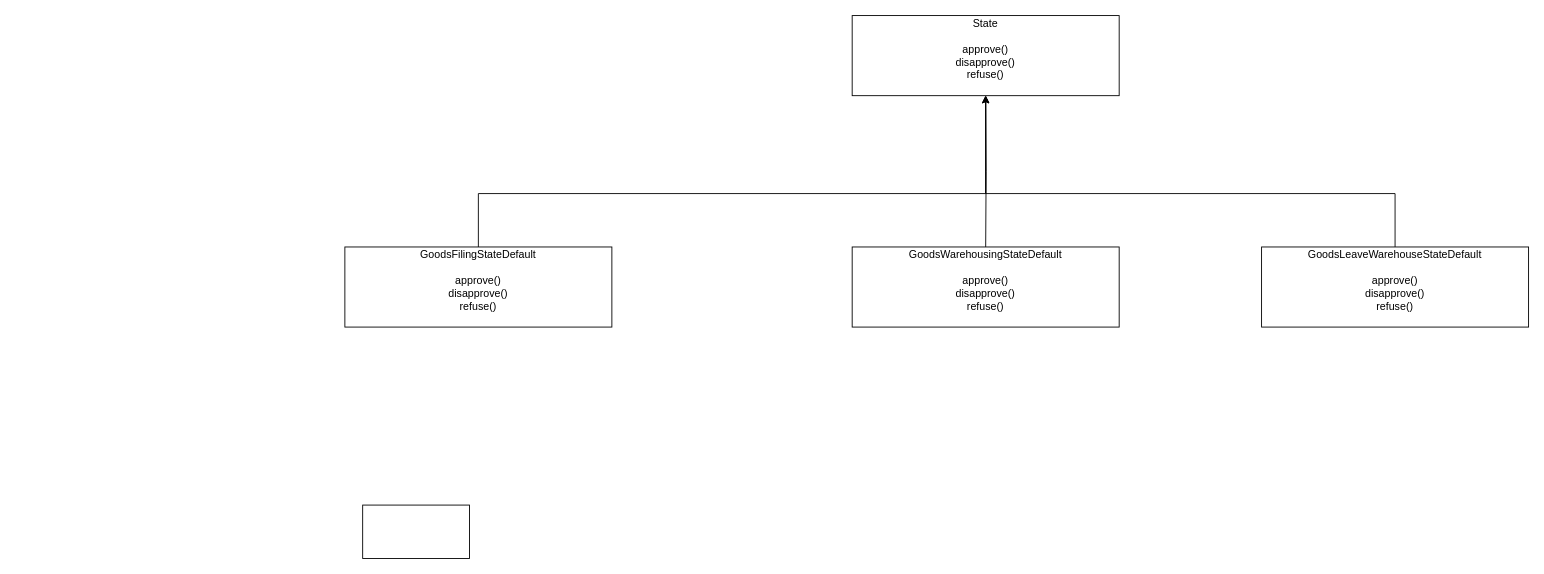
The draw.io diagram Untitled Diagram.drawio in cavs-coder/diagrams, before the edit. Source tidied: cells renumbered, new cells numbered last; positions are measured from the earlier drawing's top-left corner, leaving out a move shared by most shapes. Both pictures are drawn from the tidied source at 89%, with x=0, y=0 at pixel (344, 15).
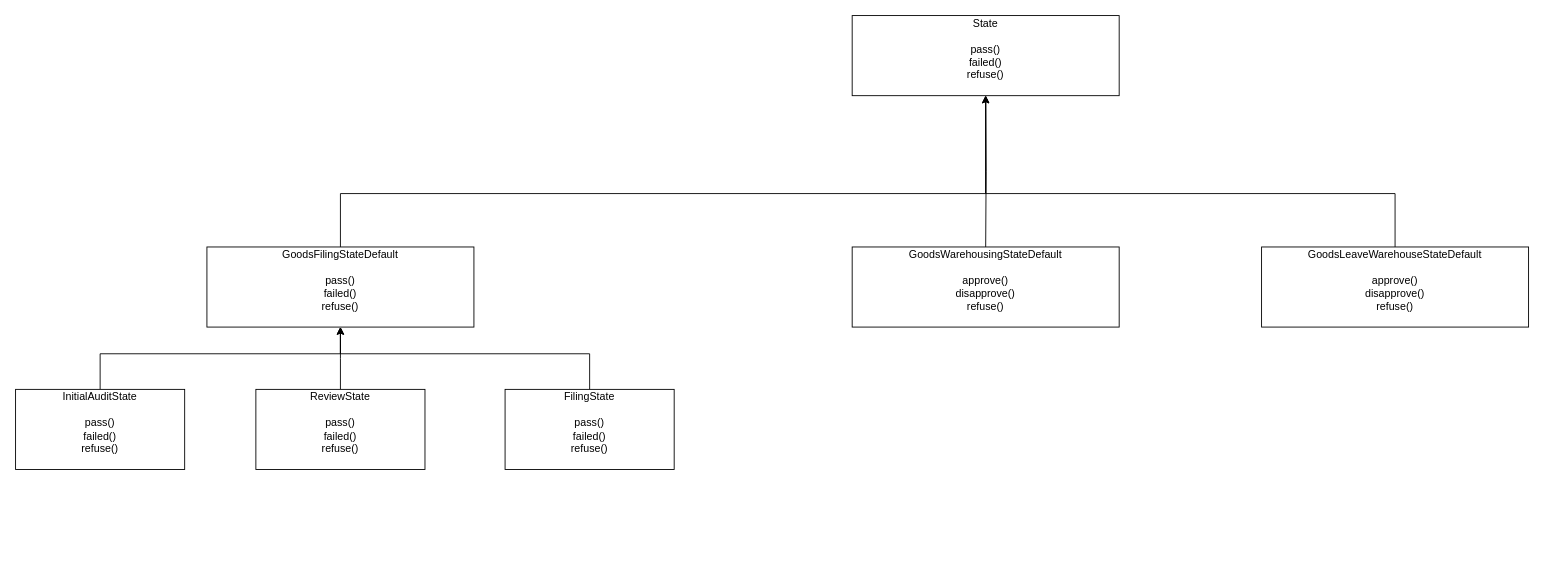
After the change.

Diff of the diagram source:
```diff
@@
-    <mxCell id="2" value="&lt;span style=&quot;background-color: initial;&quot;&gt;State&lt;br&gt;&lt;br&gt;approve()&lt;br&gt;disapprove()&lt;br&gt;refuse()&lt;br&gt;&lt;br&gt;&lt;/span&gt;" style="rounded=0;whiteSpace=wrap;html=1;" parent="1" vertex="1">
+    <mxCell id="2" value="&lt;span style=&quot;background-color: initial;&quot;&gt;State&lt;br&gt;&lt;br&gt;&lt;/span&gt;pass()&lt;br&gt;failed()&lt;br&gt;refuse()&lt;br&gt;&lt;span style=&quot;background-color: initial;&quot;&gt;&lt;br&gt;&lt;/span&gt;" style="rounded=0;whiteSpace=wrap;html=1;" parent="1" vertex="1">
       <mxGeometry x="570" width="300" height="90" as="geometry" />
     </mxCell>
@@
-    <mxCell id="4" style="rounded=0;whiteSpace=wrap;html=1;" parent="1" vertex="1">
-      <mxGeometry x="20" y="550" width="120" height="60" as="geometry" />
-    </mxCell>
-    <mxCell id="5" style="edgeStyle=orthogonalEdgeStyle;rounded=0;jettySize=auto;html=1;entryX=0.5;entryY=1;entryDx=0;entryDy=0;" parent="1" edge="1" source="6" target="2">
+    <mxCell id="5" style="edgeStyle=orthogonalEdgeStyle;rounded=0;jettySize=auto;html=1;" parent="1" edge="1" source="6" target="2">
       <mxGeometry relative="1" as="geometry">
         <Array as="points">
-          <mxPoint x="150" y="200" />
+          <mxPoint x="-5" y="200" />
           <mxPoint x="720" y="200" />
         </Array>
       </mxGeometry>
     </mxCell>
-    <mxCell id="6" value="GoodsFilingStateDefault&lt;span style=&quot;background-color: initial;&quot;&gt;&lt;br&gt;&lt;br&gt;approve()&lt;br&gt;disapprove()&lt;br&gt;refuse()&lt;br&gt;&lt;br&gt;&lt;/span&gt;" style="rounded=0;whiteSpace=wrap;html=1;" parent="1" vertex="1">
-      <mxGeometry y="260" width="300" height="90" as="geometry" />
+    <mxCell id="6" value="GoodsFilingStateDefault&lt;span style=&quot;background-color: initial;&quot;&gt;&lt;br&gt;&lt;br&gt;&lt;/span&gt;pass()&lt;br&gt;failed()&lt;br&gt;refuse()&lt;br&gt;&lt;span style=&quot;background-color: initial;&quot;&gt;&lt;br&gt;&lt;/span&gt;" style="rounded=0;whiteSpace=wrap;html=1;" parent="1" vertex="1">
+      <mxGeometry x="-155" y="260" width="300" height="90" as="geometry" />
     </mxCell>
@@
+    <mxCell id="10" style="edgeStyle=orthogonalEdgeStyle;rounded=0;jettySize=auto;html=1;entryX=0.5;entryY=1;entryDx=0;entryDy=0;" parent="1" edge="1" source="11" target="6">
+      <mxGeometry relative="1" as="geometry">
+        <Array as="points">
+          <mxPoint x="-275" y="380" />
+          <mxPoint x="-5" y="380" />
+        </Array>
+      </mxGeometry>
+    </mxCell>
+    <mxCell id="11" value="&lt;span style=&quot;background-color: initial;&quot;&gt;InitialAuditState&lt;br&gt;&lt;br&gt;&lt;/span&gt;pass()&lt;br&gt;failed()&lt;br&gt;refuse()&lt;br&gt;&lt;span style=&quot;background-color: initial;&quot;&gt;&lt;br&gt;&lt;/span&gt;" style="rounded=0;whiteSpace=wrap;html=1;" parent="1" vertex="1">
+      <mxGeometry x="-370" y="420" width="190" height="90" as="geometry" />
+    </mxCell>
+    <mxCell id="12" style="edgeStyle=orthogonalEdgeStyle;rounded=0;jettySize=auto;html=1;" parent="1" edge="1" source="13">
+      <mxGeometry relative="1" as="geometry">
+        <mxPoint x="-5" y="350" as="targetPoint" />
+      </mxGeometry>
+    </mxCell>
+    <mxCell id="13" value="&lt;span style=&quot;background-color: initial;&quot;&gt;ReviewState&lt;br&gt;&lt;br&gt;&lt;/span&gt;pass()&lt;br&gt;failed()&lt;br&gt;refuse()&lt;br&gt;&lt;span style=&quot;background-color: initial;&quot;&gt;&lt;br&gt;&lt;/span&gt;" style="rounded=0;whiteSpace=wrap;html=1;" parent="1" vertex="1">
+      <mxGeometry x="-100" y="420" width="190" height="90" as="geometry" />
+    </mxCell>
+    <mxCell id="14" style="edgeStyle=orthogonalEdgeStyle;rounded=0;jettySize=auto;html=1;entryX=0.5;entryY=1;entryDx=0;entryDy=0;" parent="1" edge="1" source="15" target="6">
+      <mxGeometry relative="1" as="geometry">
+        <Array as="points">
+          <mxPoint x="275" y="380" />
+          <mxPoint x="-5" y="380" />
+        </Array>
+      </mxGeometry>
+    </mxCell>
+    <mxCell id="15" value="Filing&lt;span style=&quot;background-color: initial;&quot;&gt;State&lt;br&gt;&lt;br&gt;&lt;/span&gt;pass()&lt;br&gt;failed()&lt;br&gt;refuse()&lt;br&gt;&lt;span style=&quot;background-color: initial;&quot;&gt;&lt;br&gt;&lt;/span&gt;" style="rounded=0;whiteSpace=wrap;html=1;" parent="1" vertex="1">
+      <mxGeometry x="180" y="420" width="190" height="90" as="geometry" />
+    </mxCell>
```
